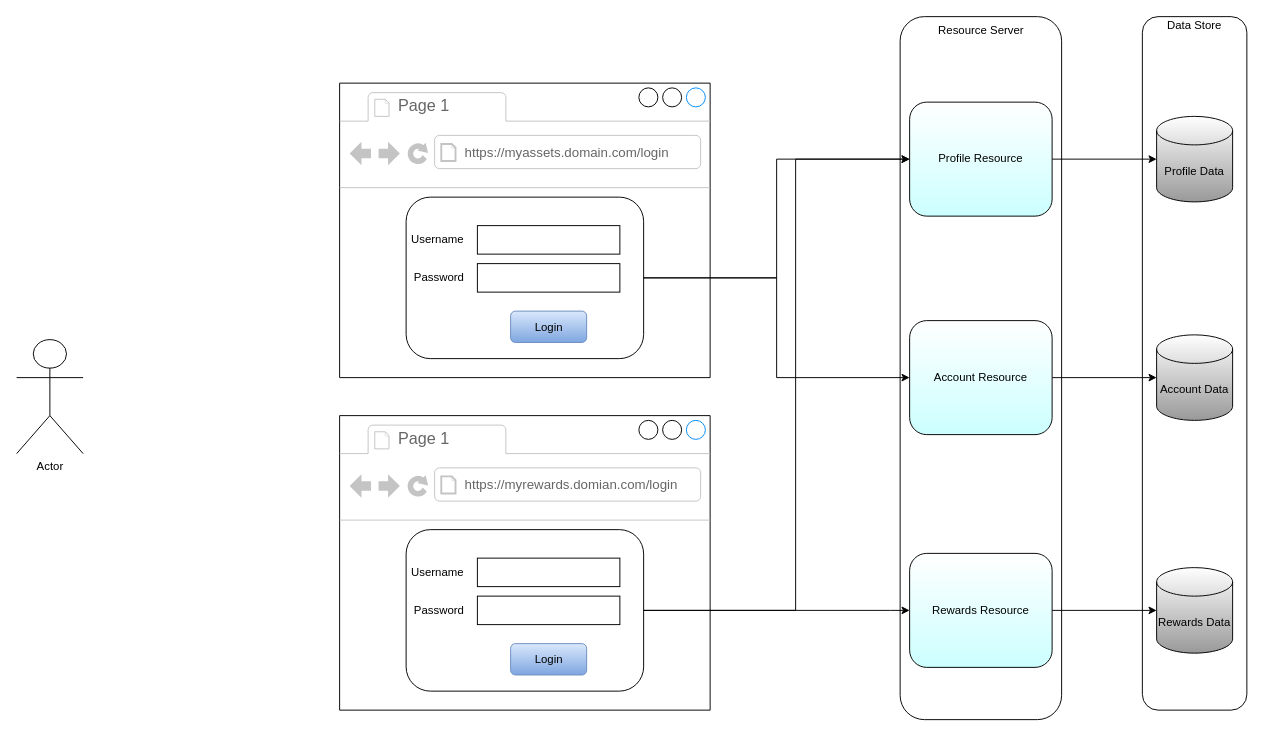
Earlier version of the draw.io diagram oauth2.drawio (kgdsharma/draw). Source tidied: cells renumbered, new cells numbered last; positions are measured from the earlier drawing's top-left corner, leaving out a move shared by most shapes. Both pictures are drawn from the tidied source at 95%, with x=0, y=0 at pixel (16, 16).
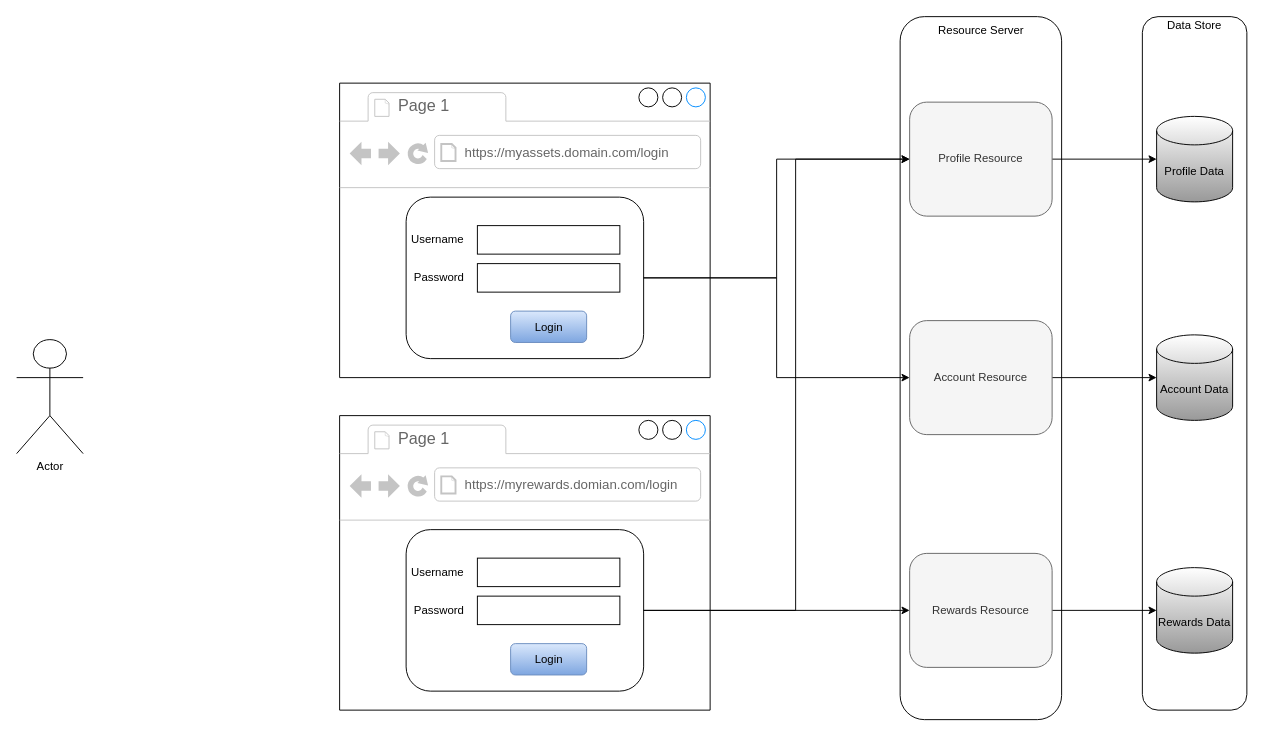
The same page after the edit.

Change to the diagram source:
```diff
@@
-    <mxCell id="8" value="Profile Resource" style="rounded=1;whiteSpace=wrap;html=1;sketch=0;glass=0;gradientDirection=south;gradientColor=#CCFFFF;" parent="1" vertex="1">
+    <mxCell id="8" value="Profile Resource" style="rounded=1;whiteSpace=wrap;html=1;sketch=0;glass=0;gradientDirection=south;fillColor=#f5f5f5;strokeColor=#666666;fontColor=#333333;" parent="1" vertex="1">
       <mxGeometry x="940" y="90" width="150" height="120" as="geometry" />
     </mxCell>
@@
-    <mxCell id="29" value="Account Resource" style="rounded=1;whiteSpace=wrap;html=1;sketch=0;glass=0;gradientDirection=south;gradientColor=#CCFFFF;" parent="1" vertex="1">
+    <mxCell id="29" value="Account Resource" style="rounded=1;whiteSpace=wrap;html=1;sketch=0;glass=0;gradientDirection=south;fillColor=#f5f5f5;strokeColor=#666666;fontColor=#333333;" parent="1" vertex="1">
       <mxGeometry x="940" y="320" width="150" height="120" as="geometry" />
     </mxCell>
@@
-    <mxCell id="31" value="Rewards Resource" style="rounded=1;whiteSpace=wrap;html=1;sketch=0;glass=0;gradientDirection=south;gradientColor=#CCFFFF;" parent="1" vertex="1">
+    <mxCell id="31" value="Rewards Resource" style="rounded=1;whiteSpace=wrap;html=1;sketch=0;glass=0;gradientDirection=south;fillColor=#f5f5f5;strokeColor=#666666;fontColor=#333333;" parent="1" vertex="1">
       <mxGeometry x="940" y="565" width="150" height="120" as="geometry" />
     </mxCell>
```
